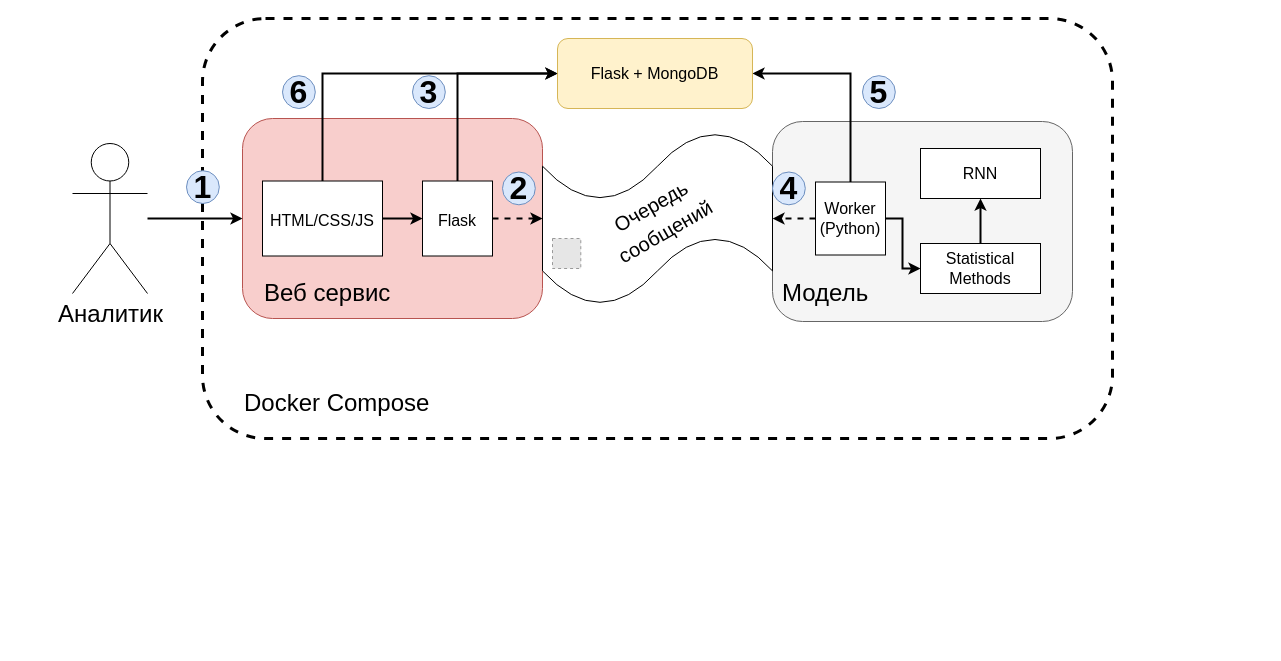
This is readme-assets/Архитектура.drawio from ilya2108/avia-hack, a draw.io file, before an edit. Source tidied: cells renumbered, new cells numbered last; positions are measured from the earlier drawing's top-left corner, leaving out a move shared by most shapes. Both pictures are drawn from the tidied source at 100%, with x=0, y=0 at pixel (72, 18). Pictures stored in the file or linked from it are replaced by grey dashed boxes.
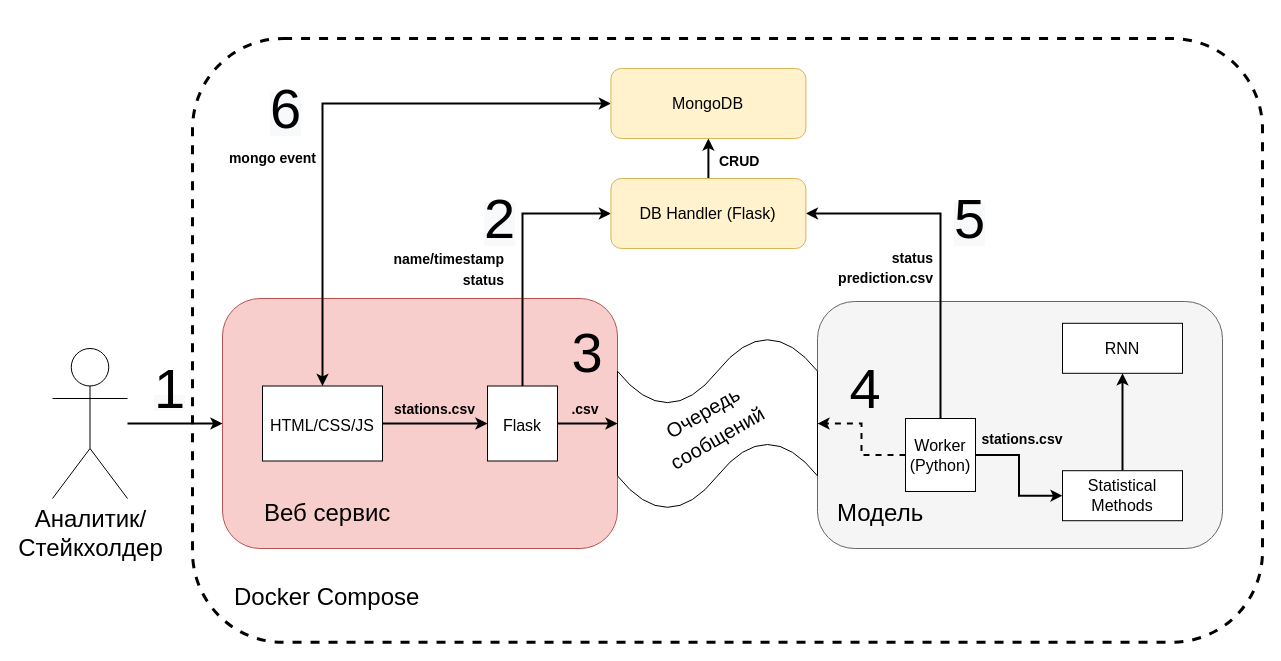
The same page after the edit.

The edit, as a diff of the source:
```diff
@@
     <mxCell id="2" style="rounded=1;whiteSpace=wrap;html=1;fontSize=16;dashed=1;strokeWidth=3;" parent="1" vertex="1">
-      <mxGeometry x="130" width="910" height="420" as="geometry" />
+      <mxGeometry x="120" y="20" width="1070" height="603.8" as="geometry" />
     </mxCell>
     <mxCell id="3" style="rounded=1;whiteSpace=wrap;html=1;fontSize=24;fillColor=#f5f5f5;strokeColor=#666666;fontColor=#333333;" parent="1" vertex="1">
-      <mxGeometry x="700" y="103" width="300" height="200" as="geometry" />
+      <mxGeometry x="745" y="283" width="405" height="247" as="geometry" />
     </mxCell>
     <mxCell id="4" style="rounded=1;whiteSpace=wrap;html=1;fontSize=24;fillColor=#f8cecc;strokeColor=#b85450;" parent="1" vertex="1">
-      <mxGeometry x="170" y="100" width="300" height="200" as="geometry" />
+      <mxGeometry x="150" y="280" width="395" height="250" as="geometry" />
     </mxCell>
-    <mxCell id="5" style="shape=tape;whiteSpace=wrap;html=1;fontSize=24;" parent="1" vertex="1">
-      <mxGeometry x="470" y="112.8" width="230" height="174.5" as="geometry" />
-    </mxCell>
-    <mxCell id="6" value="&lt;font style=&quot;font-size: 20px;&quot;&gt;Очередь сообщений&lt;/font&gt;" style="text;html=1;strokeColor=none;fillColor=none;align=center;verticalAlign=middle;whiteSpace=wrap;rounded=0;fontSize=24;rotation=-30;" parent="1" vertex="1">
-      <mxGeometry x="522.5" y="185" width="125" height="30" as="geometry" />
-    </mxCell>
@@
-    <mxCell id="8" value="&lt;span style=&quot;font-size: 24px;&quot;&gt;Аналитик&lt;/span&gt;" style="shape=umlActor;verticalLabelPosition=bottom;verticalAlign=top;html=1;outlineConnect=0;" parent="1" vertex="1">
-      <mxGeometry y="125" width="75" height="150" as="geometry" />
+    <mxCell id="8" value="&lt;span style=&quot;font-size: 24px;&quot;&gt;Аналитик/&lt;br&gt;Стейкхолдер&lt;br&gt;&lt;/span&gt;" style="shape=umlActor;verticalLabelPosition=bottom;verticalAlign=top;html=1;outlineConnect=0;" parent="1" vertex="1">
+      <mxGeometry x="-20" y="330" width="75" height="150" as="geometry" />
     </mxCell>
-    <mxCell id="9" style="fillColor=#E6E6E6;strokeColor=#999999;dashed=1;verticalLabelPosition=bottom;labelBackgroundColor=default;verticalAlign=top;" parent="1" vertex="1">
-      <mxGeometry x="480" y="220" width="28.3" height="30" as="geometry" />
-    </mxCell>
@@
+    <mxCell id="33" style="edgeStyle=orthogonalEdgeStyle;rounded=0;jettySize=auto;html=1;strokeWidth=2;fontSize=14;" parent="1" edge="1" source="13" target="40">
+      <mxGeometry relative="1" as="geometry" />
+    </mxCell>
-    <mxCell id="13" value="Flask + MongoDB" style="rounded=1;whiteSpace=wrap;html=1;fontSize=16;fillColor=#fff2cc;strokeColor=#d6b656;" parent="1" vertex="1">
-      <mxGeometry x="485" y="20" width="195" height="70" as="geometry" />
+    <mxCell id="13" value="DB Handler (Flask)" style="rounded=1;whiteSpace=wrap;html=1;fontSize=16;fillColor=#fff2cc;strokeColor=#d6b656;" parent="1" vertex="1">
+      <mxGeometry x="538.4" y="160" width="195" height="70" as="geometry" />
     </mxCell>
     <mxCell id="14" value="Веб сервис" style="text;html=1;strokeColor=none;fillColor=none;align=left;verticalAlign=middle;whiteSpace=wrap;rounded=0;fontSize=24;" parent="1" vertex="1">
-      <mxGeometry x="190" y="260" width="140" height="30" as="geometry" />
+      <mxGeometry x="190" y="480" width="140" height="30" as="geometry" />
     </mxCell>
-    <mxCell id="15" style="edgeStyle=orthogonalEdgeStyle;rounded=0;jettySize=auto;html=1;exitX=0.5;exitY=0;exitDx=0;exitDy=0;entryX=0;entryY=0.5;entryDx=0;entryDy=0;strokeWidth=2;fontSize=32;" parent="1" edge="1" source="16" target="13">
-      <mxGeometry relative="1" as="geometry" />
+    <mxCell id="15" style="edgeStyle=orthogonalEdgeStyle;rounded=0;jettySize=auto;html=1;exitX=0.5;exitY=0;exitDx=0;exitDy=0;entryX=0;entryY=0.5;entryDx=0;entryDy=0;strokeWidth=2;fontSize=32;startArrow=classic;startFill=1;" parent="1" edge="1" source="16" target="40">
+      <mxGeometry relative="1" as="geometry">
+        <Array as="points">
+          <mxPoint x="250" y="85" />
+        </Array>
+      </mxGeometry>
     </mxCell>
     <mxCell id="16" value="&lt;font style=&quot;font-size: 16px;&quot;&gt;HTML/CSS/JS&lt;/font&gt;" style="rounded=0;whiteSpace=wrap;html=1;fontSize=20;" parent="1" vertex="1">
-      <mxGeometry x="190" y="162.5" width="120" height="75" as="geometry" />
+      <mxGeometry x="190" y="367.5" width="120" height="75" as="geometry" />
     </mxCell>
-    <mxCell id="17" style="edgeStyle=orthogonalEdgeStyle;rounded=0;jettySize=auto;html=1;exitX=1;exitY=0.5;exitDx=0;exitDy=0;entryX=1;entryY=0.5;entryDx=0;entryDy=0;fontSize=16;startArrow=none;startFill=0;endArrow=classic;endFill=1;strokeWidth=2;dashed=1;" parent="1" edge="1" source="18" target="4">
-      <mxGeometry relative="1" as="geometry">
-        <Array as="points">
-          <mxPoint x="420" y="200" />
-        </Array>
-      </mxGeometry>
-    </mxCell>
+    <mxCell id="34" style="edgeStyle=orthogonalEdgeStyle;rounded=0;jettySize=auto;html=1;exitX=1;exitY=0.5;exitDx=0;exitDy=0;entryX=0;entryY=0.5;entryDx=0;entryDy=0;entryPerimeter=0;strokeWidth=2;fontSize=32;" parent="1" edge="1" source="18" target="5">
+      <mxGeometry relative="1" as="geometry" />
+    </mxCell>
     <mxCell id="18" value="&lt;font style=&quot;font-size: 16px;&quot;&gt;Flask&lt;/font&gt;" style="rounded=0;whiteSpace=wrap;html=1;fontSize=20;" parent="1" vertex="1">
-      <mxGeometry x="350" y="162.5" width="70" height="75" as="geometry" />
+      <mxGeometry x="415" y="367.5" width="70" height="75" as="geometry" />
     </mxCell>
@@
     <mxCell id="20" value="Модель" style="text;html=1;strokeColor=none;fillColor=none;align=left;verticalAlign=middle;whiteSpace=wrap;rounded=0;fontSize=24;" parent="1" vertex="1">
-      <mxGeometry x="708" y="260" width="140" height="30" as="geometry" />
+      <mxGeometry x="763" y="480" width="140" height="30" as="geometry" />
     </mxCell>
+    <mxCell id="25" style="edgeStyle=orthogonalEdgeStyle;rounded=0;jettySize=auto;html=1;exitX=1;exitY=0.5;exitDx=0;exitDy=0;entryX=0;entryY=0.5;entryDx=0;entryDy=0;strokeWidth=2;fontSize=32;" parent="1" edge="1" source="21" target="24">
+      <mxGeometry relative="1" as="geometry" />
+    </mxCell>
     <mxCell id="21" value="Worker&lt;br&gt;(Python)" style="rounded=0;whiteSpace=wrap;html=1;fontSize=16;" parent="1" vertex="1">
-      <mxGeometry x="743" y="163.5" width="70" height="73" as="geometry" />
+      <mxGeometry x="833" y="400" width="70" height="73" as="geometry" />
     </mxCell>
     <mxCell id="22" value="RNN" style="rounded=0;whiteSpace=wrap;html=1;fontSize=16;" parent="1" vertex="1">
-      <mxGeometry x="848" y="130" width="120" height="50" as="geometry" />
+      <mxGeometry x="990" y="304.8" width="120" height="50" as="geometry" />
     </mxCell>
@@
     <mxCell id="24" value="Statistical Methods" style="rounded=0;whiteSpace=wrap;html=1;fontSize=16;" parent="1" vertex="1">
-      <mxGeometry x="848" y="225" width="120" height="50" as="geometry" />
+      <mxGeometry x="990" y="452.2" width="120" height="50" as="geometry" />
     </mxCell>
-    <mxCell id="25" style="edgeStyle=orthogonalEdgeStyle;rounded=0;jettySize=auto;html=1;exitX=1;exitY=0.5;exitDx=0;exitDy=0;entryX=0;entryY=0.5;entryDx=0;entryDy=0;fontSize=16;startArrow=none;startFill=0;endArrow=classic;endFill=1;strokeWidth=2;" parent="1" edge="1" source="21" target="24">
-      <mxGeometry relative="1" as="geometry">
-        <Array as="points">
-          <mxPoint x="830" y="200" />
-          <mxPoint x="830" y="250" />
-        </Array>
-      </mxGeometry>
-    </mxCell>
     <mxCell id="26" value="&lt;span style=&quot;font-size: 24px;&quot;&gt;Docker Compose&lt;/span&gt;" style="text;html=1;strokeColor=none;fillColor=none;align=left;verticalAlign=middle;whiteSpace=wrap;rounded=0;dashed=1;fontSize=16;" parent="1" vertex="1">
-      <mxGeometry x="170" y="370" width="230" height="30" as="geometry" />
+      <mxGeometry x="160" y="563.8" width="230" height="30" as="geometry" />
     </mxCell>
+    <mxCell id="35" style="group;" parent="1" vertex="1">
+      <mxGeometry x="545" y="277.8" width="200" height="174.5" as="geometry" />
+    </mxCell>
+    <mxCell id="5" style="shape=tape;whiteSpace=wrap;html=1;fontSize=24;" parent="35" vertex="1">
+      <mxGeometry y="40" width="200" height="174.5" as="geometry" />
+    </mxCell>
+    <mxCell id="6" value="&lt;font style=&quot;font-size: 20px;&quot;&gt;Очередь сообщений&lt;/font&gt;" style="text;html=1;strokeColor=none;fillColor=none;align=center;verticalAlign=middle;whiteSpace=wrap;rounded=0;fontSize=24;rotation=-30;" parent="35" vertex="1">
+      <mxGeometry x="30" y="113.5" width="125" height="30" as="geometry" />
+    </mxCell>
+    <mxCell id="36" value="&lt;span style=&quot;font-size: 14px;&quot;&gt;&lt;b&gt;stations.csv&lt;/b&gt;&lt;/span&gt;" style="text;html=1;strokeColor=none;fillColor=none;align=center;verticalAlign=middle;whiteSpace=wrap;rounded=0;strokeWidth=3;fontSize=32;" parent="1" vertex="1">
+      <mxGeometry x="314.2" y="371.2" width="96.8" height="27.5" as="geometry" />
+    </mxCell>
+    <mxCell id="37" value="&lt;span style=&quot;font-size: 14px;&quot;&gt;&lt;b&gt;.csv&lt;/b&gt;&lt;/span&gt;" style="text;html=1;strokeColor=none;fillColor=none;align=center;verticalAlign=middle;whiteSpace=wrap;rounded=0;strokeWidth=3;fontSize=32;" parent="1" vertex="1">
+      <mxGeometry x="500" y="370" width="26.4" height="30" as="geometry" />
+    </mxCell>
+    <mxCell id="38" value="&lt;span style=&quot;font-size: 14px;&quot;&gt;&lt;b&gt;stations.csv&lt;/b&gt;&lt;/span&gt;" style="text;html=1;strokeColor=none;fillColor=none;align=center;verticalAlign=middle;whiteSpace=wrap;rounded=0;strokeWidth=3;fontSize=32;" parent="1" vertex="1">
+      <mxGeometry x="910" y="400" width="80" height="30" as="geometry" />
+    </mxCell>
+    <mxCell id="39" value="&lt;span style=&quot;font-size: 14px;&quot;&gt;&lt;b&gt;mongo event&lt;/b&gt;&lt;/span&gt;" style="text;html=1;strokeColor=none;fillColor=none;align=right;verticalAlign=middle;whiteSpace=wrap;rounded=0;strokeWidth=3;fontSize=32;" parent="1" vertex="1">
+      <mxGeometry x="140" y="120" width="106.4" height="27.5" as="geometry" />
+    </mxCell>
+    <mxCell id="40" value="MongoDB" style="rounded=1;whiteSpace=wrap;html=1;fontSize=16;fillColor=#fff2cc;strokeColor=#d6b656;" parent="1" vertex="1">
+      <mxGeometry x="538.4" y="50" width="195" height="70" as="geometry" />
+    </mxCell>
-    <mxCell id="27" value="&lt;b&gt;&lt;font style=&quot;font-size: 32px;&quot;&gt;1&lt;/font&gt;&lt;/b&gt;" style="ellipse;whiteSpace=wrap;html=1;fillColor=#dae8fc;strokeColor=#6c8ebf;" parent="1" vertex="1">
-      <mxGeometry x="114" y="152.2" width="32.8" height="32.8" as="geometry" />
+    <mxCell id="27" value="&lt;span style=&quot;color: rgb(0, 0, 0); font-family: Helvetica; font-style: normal; font-variant-ligatures: normal; font-variant-caps: normal; letter-spacing: normal; orphans: 2; text-align: center; text-indent: 0px; text-transform: none; widows: 2; word-spacing: 0px; -webkit-text-stroke-width: 0px; background-color: rgb(248, 249, 250); text-decoration-thickness: initial; text-decoration-style: initial; text-decoration-color: initial;&quot;&gt;&lt;font style=&quot;font-size: 56px;&quot;&gt;1&lt;/font&gt;&lt;/span&gt;" style="text;whiteSpace=wrap;html=1;fontSize=14;" parent="1" vertex="1">
+      <mxGeometry x="80" y="330" width="40" height="60" as="geometry" />
     </mxCell>
-    <mxCell id="28" value="&lt;b&gt;&lt;font style=&quot;font-size: 32px;&quot;&gt;2&lt;/font&gt;&lt;/b&gt;" style="ellipse;whiteSpace=wrap;html=1;fillColor=#dae8fc;strokeColor=#6c8ebf;" parent="1" vertex="1">
-      <mxGeometry x="430" y="153.5" width="32.8" height="32.8" as="geometry" />
+    <mxCell id="28" value="&lt;span style=&quot;color: rgb(0, 0, 0); font-family: Helvetica; font-style: normal; font-variant-ligatures: normal; font-variant-caps: normal; letter-spacing: normal; orphans: 2; text-align: center; text-indent: 0px; text-transform: none; widows: 2; word-spacing: 0px; -webkit-text-stroke-width: 0px; background-color: rgb(248, 249, 250); text-decoration-thickness: initial; text-decoration-style: initial; text-decoration-color: initial;&quot;&gt;&lt;font style=&quot;font-size: 56px;&quot;&gt;2&lt;/font&gt;&lt;/span&gt;" style="text;whiteSpace=wrap;html=1;fontSize=40;" parent="1" vertex="1">
+      <mxGeometry x="410" y="160" width="50" height="70" as="geometry" />
     </mxCell>
+    <mxCell id="41" style="group;" parent="1" vertex="1">
+      <mxGeometry x="314.2" y="220" width="120" height="49.2" as="geometry" />
+    </mxCell>
+    <mxCell id="42" value="&lt;span style=&quot;font-size: 14px;&quot;&gt;&lt;b&gt;name/timestamp&lt;/b&gt;&lt;br&gt;&lt;/span&gt;" style="text;html=1;strokeColor=none;fillColor=none;align=right;verticalAlign=middle;whiteSpace=wrap;rounded=0;strokeWidth=3;fontSize=32;" parent="41" vertex="1">
+      <mxGeometry width="120" height="30" as="geometry" />
+    </mxCell>
+    <mxCell id="43" value="&lt;span style=&quot;font-size: 14px;&quot;&gt;&lt;b&gt;status&lt;/b&gt;&lt;/span&gt;" style="text;html=1;strokeColor=none;fillColor=none;align=right;verticalAlign=middle;whiteSpace=wrap;rounded=0;strokeWidth=3;fontSize=32;" parent="41" vertex="1">
+      <mxGeometry x="13.6" y="21.8" width="106.4" height="27.5" as="geometry" />
+    </mxCell>
+    <mxCell id="32" value="&lt;span style=&quot;color: rgb(0, 0, 0); font-family: Helvetica; font-style: normal; font-variant-ligatures: normal; font-variant-caps: normal; letter-spacing: normal; orphans: 2; text-align: center; text-indent: 0px; text-transform: none; widows: 2; word-spacing: 0px; -webkit-text-stroke-width: 0px; background-color: rgb(248, 249, 250); text-decoration-thickness: initial; text-decoration-style: initial; text-decoration-color: initial;&quot;&gt;&lt;font style=&quot;font-size: 56px;&quot;&gt;6&lt;/font&gt;&lt;/span&gt;" style="text;whiteSpace=wrap;html=1;fontSize=40;" parent="1" vertex="1">
+      <mxGeometry x="196.4" y="50" width="50" height="70" as="geometry" />
+    </mxCell>
+    <mxCell id="31" value="&lt;span style=&quot;color: rgb(0, 0, 0); font-family: Helvetica; font-style: normal; font-variant-ligatures: normal; font-variant-caps: normal; letter-spacing: normal; orphans: 2; text-align: center; text-indent: 0px; text-transform: none; widows: 2; word-spacing: 0px; -webkit-text-stroke-width: 0px; background-color: rgb(248, 249, 250); text-decoration-thickness: initial; text-decoration-style: initial; text-decoration-color: initial;&quot;&gt;&lt;font style=&quot;font-size: 56px;&quot;&gt;5&lt;/font&gt;&lt;/span&gt;" style="text;whiteSpace=wrap;html=1;fontSize=40;" parent="1" vertex="1">
+      <mxGeometry x="880" y="160" width="50" height="70" as="geometry" />
+    </mxCell>
-    <mxCell id="29" value="&lt;b&gt;&lt;font style=&quot;font-size: 32px;&quot;&gt;3&lt;/font&gt;&lt;/b&gt;" style="ellipse;whiteSpace=wrap;html=1;fillColor=#dae8fc;strokeColor=#6c8ebf;" parent="1" vertex="1">
-      <mxGeometry x="340" y="57.2" width="32.8" height="32.8" as="geometry" />
+    <mxCell id="29" value="3" style="text;html=1;strokeColor=none;fillColor=none;align=center;verticalAlign=middle;whiteSpace=wrap;rounded=0;strokeWidth=3;fontSize=56;" parent="1" vertex="1">
+      <mxGeometry x="485" y="318.6" width="60" height="30" as="geometry" />
     </mxCell>
-    <mxCell id="30" value="&lt;b&gt;&lt;font style=&quot;font-size: 32px;&quot;&gt;4&lt;/font&gt;&lt;/b&gt;" style="ellipse;whiteSpace=wrap;html=1;fillColor=#dae8fc;strokeColor=#6c8ebf;" parent="1" vertex="1">
-      <mxGeometry x="700" y="153.5" width="32.8" height="32.8" as="geometry" />
+    <mxCell id="30" value="4" style="text;html=1;strokeColor=none;fillColor=none;align=center;verticalAlign=middle;whiteSpace=wrap;rounded=0;strokeWidth=3;fontSize=56;" parent="1" vertex="1">
+      <mxGeometry x="763" y="354.8" width="60" height="30" as="geometry" />
     </mxCell>
-    <mxCell id="31" value="&lt;b&gt;&lt;font style=&quot;font-size: 32px;&quot;&gt;5&lt;/font&gt;&lt;/b&gt;" style="ellipse;whiteSpace=wrap;html=1;fillColor=#dae8fc;strokeColor=#6c8ebf;" parent="1" vertex="1">
-      <mxGeometry x="790" y="57.2" width="32.8" height="32.8" as="geometry" />
-    </mxCell>
-    <mxCell id="32" value="&lt;b&gt;&lt;font style=&quot;font-size: 32px;&quot;&gt;6&lt;/font&gt;&lt;/b&gt;" style="ellipse;whiteSpace=wrap;html=1;fillColor=#dae8fc;strokeColor=#6c8ebf;" parent="1" vertex="1">
-      <mxGeometry x="210" y="57.2" width="32.8" height="32.8" as="geometry" />
-    </mxCell>
+    <mxCell id="44" style="group;" parent="1" vertex="1">
+      <mxGeometry x="757.2" y="220" width="106.4" height="48" as="geometry" />
+    </mxCell>
+    <mxCell id="45" value="&lt;span style=&quot;font-size: 14px;&quot;&gt;&lt;b&gt;status&lt;/b&gt;&lt;br&gt;&lt;/span&gt;" style="text;html=1;strokeColor=none;fillColor=none;align=right;verticalAlign=middle;whiteSpace=wrap;rounded=0;strokeWidth=3;fontSize=32;" parent="44" vertex="1">
+      <mxGeometry width="106.4" height="27.5" as="geometry" />
+    </mxCell>
+    <mxCell id="46" value="&lt;span style=&quot;font-size: 14px;&quot;&gt;&lt;b&gt;prediction.csv&lt;/b&gt;&lt;/span&gt;" style="text;html=1;strokeColor=none;fillColor=none;align=right;verticalAlign=middle;whiteSpace=wrap;rounded=0;strokeWidth=3;fontSize=32;" parent="44" vertex="1">
+      <mxGeometry y="20.5" width="106.4" height="27.5" as="geometry" />
+    </mxCell>
+    <mxCell id="47" value="&lt;span style=&quot;font-size: 14px;&quot;&gt;&lt;b&gt;CRUD&lt;/b&gt;&lt;/span&gt;" style="text;html=1;strokeColor=none;fillColor=none;align=left;verticalAlign=middle;whiteSpace=wrap;rounded=0;strokeWidth=3;fontSize=32;" parent="1" vertex="1">
+      <mxGeometry x="645.2" y="123" width="106.4" height="27.5" as="geometry" />
+    </mxCell>
```
